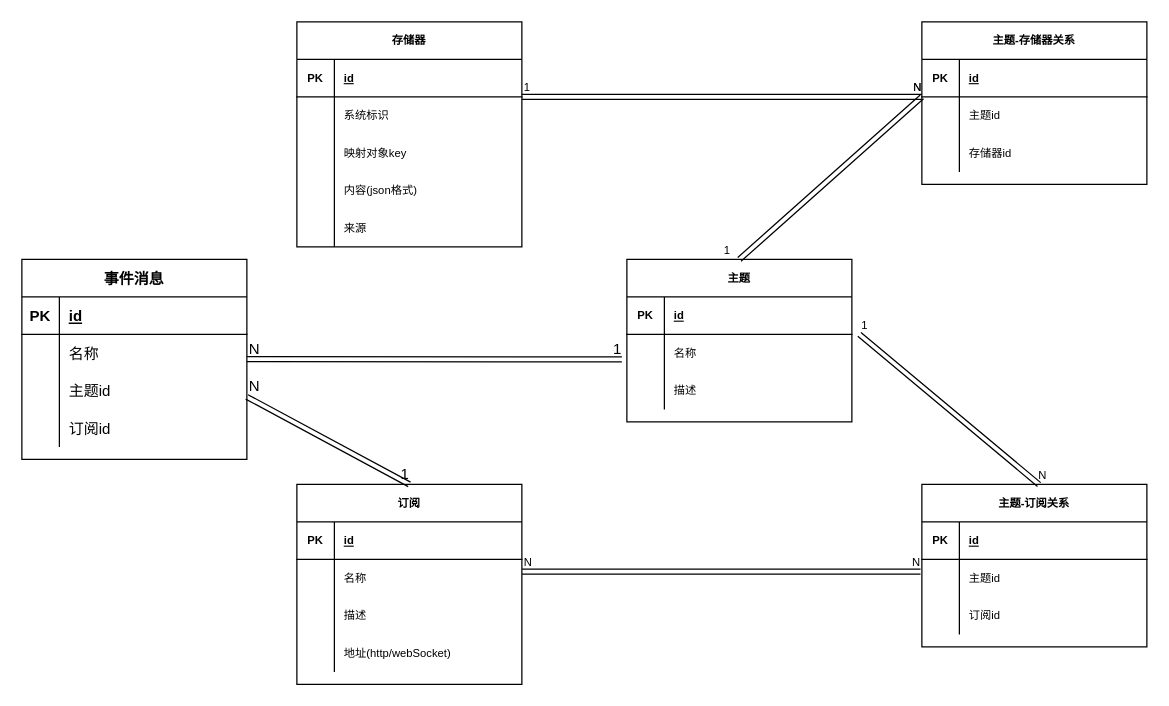
Above: page "数据库" (3 of 3) of Untitled Diagram.drawio in WashingtonWang/diagram (draw.io), before the change. Source tidied: cells renumbered, new cells numbered last; positions are measured from the earlier drawing's top-left corner, leaving out a move shared by most shapes. Both pictures are drawn from the tidied source at 125%, with x=0, y=0 at pixel (21, 21).
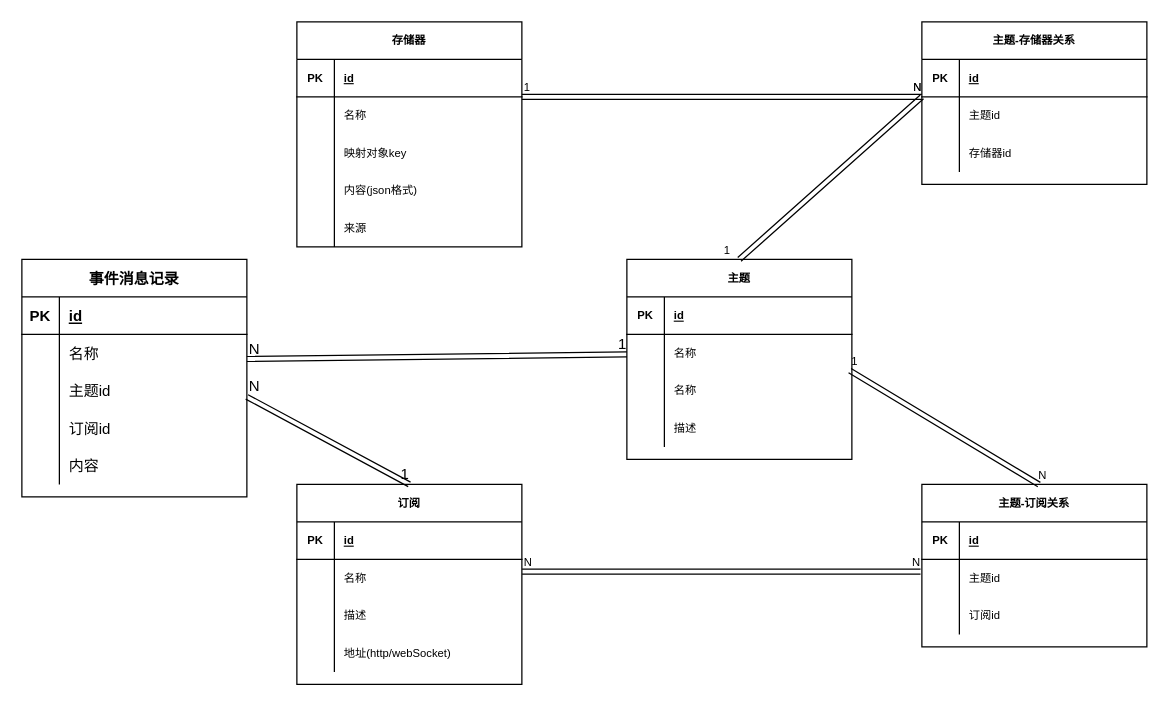
The same page after the edit.

The change refers to these unchanged cells:
```xml
<mxCell id="2" value="存储器" style="shape=table;startSize=30;childLayout=tableLayout;rowLines=0;fontStyle=1;align=center;rounded=0;shadow=0;glass=0;sketch=0;fontSize=9;" parent="1" vertex="1">
  <mxGeometry x="220" width="180" height="180" as="geometry" />
</mxCell>
<mxCell id="51" value="主题-订阅关系" style="shape=table;startSize=30;childLayout=tableLayout;rowLines=0;fontStyle=1;align=center;rounded=0;shadow=0;glass=0;sketch=0;fontSize=9;" parent="1" vertex="1">
  <mxGeometry x="720" y="370" width="180" height="130" as="geometry" />
</mxCell>
```

Diff of the diagram source:
```diff
@@
-    <mxCell id="6" style="shape=partialRectangle;fillColor=none;top=0;left=0;bottom=0;right=0;rounded=0;shadow=0;glass=0;sketch=0;fontSize=9;" parent="2" vertex="1">
-      <mxGeometry y="60" width="180" height="30" as="geometry" />
-    </mxCell>
-    <mxCell id="7" style="shape=partialRectangle;fillColor=none;top=0;left=0;bottom=0;right=0;overflow=hidden;rounded=0;shadow=0;glass=0;sketch=0;fontSize=9;" parent="6" vertex="1">
-      <mxGeometry width="30" height="30" as="geometry" />
-    </mxCell>
-    <mxCell id="8" value="系统标识" style="shape=partialRectangle;fillColor=none;top=0;left=0;bottom=0;right=0;align=left;spacingLeft=6;overflow=hidden;rounded=0;shadow=0;glass=0;sketch=0;fontSize=9;" parent="6" vertex="1">
-      <mxGeometry x="30" width="150" height="30" as="geometry" />
-    </mxCell>
+    <mxCell id="92" style="shape=partialRectangle;fillColor=none;top=0;left=0;bottom=0;right=0;rounded=0;shadow=0;glass=0;sketch=0;fontSize=9;" parent="2" vertex="1">
+      <mxGeometry y="60" width="180" height="30" as="geometry" />
+    </mxCell>
+    <mxCell id="93" style="shape=partialRectangle;fillColor=none;top=0;left=0;bottom=0;right=0;overflow=hidden;rounded=0;shadow=0;glass=0;sketch=0;fontSize=9;" parent="92" vertex="1">
+      <mxGeometry width="30" height="30" as="geometry" />
+    </mxCell>
+    <mxCell id="94" value="名称" style="shape=partialRectangle;fillColor=none;top=0;left=0;bottom=0;right=0;align=left;spacingLeft=6;overflow=hidden;rounded=0;shadow=0;glass=0;sketch=0;fontSize=9;" parent="92" vertex="1">
+      <mxGeometry x="30" width="150" height="30" as="geometry" />
+    </mxCell>
@@
     <mxCell id="18" value="主题" style="shape=table;startSize=30;childLayout=tableLayout;rowLines=0;fontStyle=1;align=center;rounded=0;shadow=0;glass=0;sketch=0;fontSize=9;" parent="1" vertex="1">
-      <mxGeometry x="484" y="190" width="180" height="130" as="geometry" />
+      <mxGeometry x="484" y="190" width="180" height="160" as="geometry" />
     </mxCell>
@@
+    <mxCell id="95" style="shape=partialRectangle;fillColor=none;top=0;left=0;bottom=0;right=0;points=[[0,0.5],[1,0.5]];portConstraint=eastwest;rounded=0;shadow=0;glass=0;sketch=0;fontSize=9;" parent="18" vertex="1">
+      <mxGeometry y="60" width="180" height="30" as="geometry" />
+    </mxCell>
+    <mxCell id="96" style="shape=partialRectangle;fillColor=none;top=0;left=0;bottom=0;right=0;overflow=hidden;rounded=0;shadow=0;glass=0;sketch=0;fontSize=9;" parent="95" vertex="1">
+      <mxGeometry width="30" height="30" as="geometry" />
+    </mxCell>
+    <mxCell id="97" value="名称" style="shape=partialRectangle;fillColor=none;top=0;left=0;bottom=0;right=0;align=left;spacingLeft=6;overflow=hidden;rounded=0;shadow=0;glass=0;sketch=0;fontSize=9;" parent="95" vertex="1">
+      <mxGeometry x="30" width="150" height="30" as="geometry" />
+    </mxCell>
     <mxCell id="22" style="shape=partialRectangle;fillColor=none;top=0;left=0;bottom=0;right=0;points=[[0,0.5],[1,0.5]];portConstraint=eastwest;rounded=0;shadow=0;glass=0;sketch=0;fontSize=9;" parent="18" vertex="1">
-      <mxGeometry y="60" width="180" height="30" as="geometry" />
+      <mxGeometry y="90" width="180" height="30" as="geometry" />
     </mxCell>
@@
     <mxCell id="25" style="shape=partialRectangle;fillColor=none;top=0;left=0;bottom=0;right=0;rounded=0;shadow=0;glass=0;sketch=0;fontSize=9;" parent="18" vertex="1">
-      <mxGeometry y="90" width="180" height="30" as="geometry" />
+      <mxGeometry y="120" width="180" height="30" as="geometry" />
     </mxCell>
@@
-    <mxCell id="64" style="shape=link;html=1;rounded=0;shadow=0;comic=0;sketch=0;fontSize=9;endFill=1;strokeColor=default;jumpStyle=none;entryX=0.521;entryY=0.001;entryDx=0;entryDy=0;entryPerimeter=0;" parent="1" edge="1" target="51">
-      <mxGeometry relative="1" as="geometry">
-        <mxPoint x="670" y="250" as="sourcePoint" />
-      </mxGeometry>
+    <mxCell id="64" style="shape=link;html=1;rounded=0;shadow=0;comic=0;sketch=0;fontSize=9;endFill=1;strokeColor=default;jumpStyle=none;entryX=0.521;entryY=0.001;entryDx=0;entryDy=0;entryPerimeter=0;exitX=0.991;exitY=-0.033;exitDx=0;exitDy=0;exitPerimeter=0;" parent="1" edge="1" source="22" target="51">
+      <mxGeometry relative="1" as="geometry" />
     </mxCell>
@@
-    <mxCell id="73" value="事件消息" style="shape=table;startSize=30;childLayout=tableLayout;rowLines=0;fontStyle=1;align=center;" parent="1" vertex="1">
-      <mxGeometry y="190" width="180" height="160" as="geometry" />
+    <mxCell id="73" value="事件消息记录" style="shape=table;startSize=30;childLayout=tableLayout;rowLines=0;fontStyle=1;align=center;" parent="1" vertex="1">
+      <mxGeometry y="190" width="180" height="190" as="geometry" />
     </mxCell>
@@
+    <mxCell id="98" style="shape=partialRectangle;fillColor=none;top=0;left=0;bottom=0;right=0;" parent="73" vertex="1">
+      <mxGeometry y="150" width="180" height="30" as="geometry" />
+    </mxCell>
+    <mxCell id="99" style="shape=partialRectangle;fillColor=none;top=0;left=0;bottom=0;right=0;overflow=hidden;" parent="98" vertex="1">
+      <mxGeometry width="30" height="30" as="geometry" />
+    </mxCell>
+    <mxCell id="100" value="内容" style="shape=partialRectangle;fillColor=none;top=0;left=0;bottom=0;right=0;align=left;spacingLeft=6;overflow=hidden;" parent="98" vertex="1">
+      <mxGeometry x="30" width="150" height="30" as="geometry" />
+    </mxCell>
-    <mxCell id="86" style="shape=link;html=1;rounded=0;" parent="1" edge="1">
+    <mxCell id="86" style="shape=link;html=1;rounded=0;" parent="1" edge="1" target="95">
       <mxGeometry relative="1" as="geometry">
         <mxPoint x="180" y="269.7" as="sourcePoint" />
-        <mxPoint x="480" y="270" as="targetPoint" />
       </mxGeometry>
     </mxCell>
```
